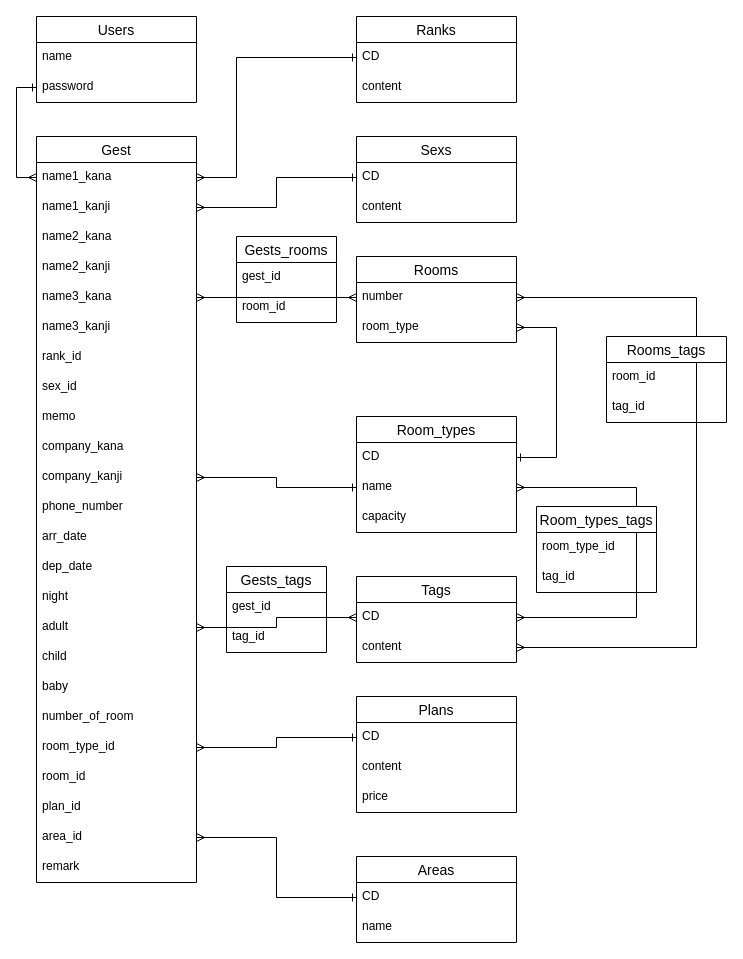
This is dio/table.dio from mamochi31/hotel-app, a draw.io file, before an edit. Source tidied: cells renumbered, new cells numbered last; positions are measured from the earlier drawing's top-left corner, leaving out a move shared by most shapes. Both pictures are drawn from the tidied source at 100%, with x=0, y=0 at pixel (16, 16).
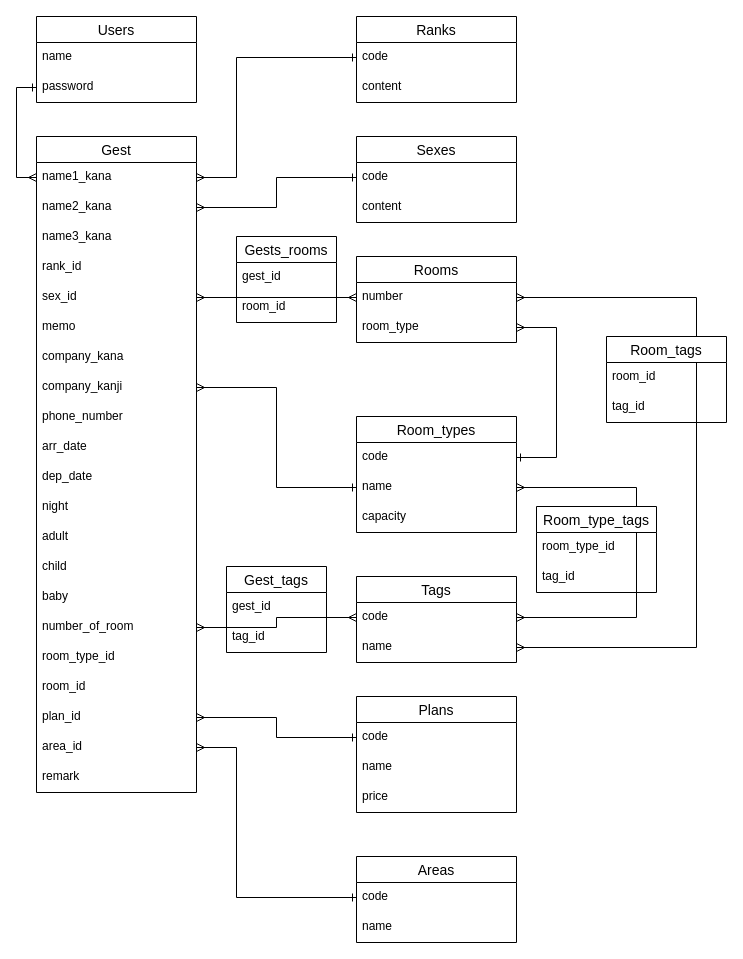
After the change.

Unchanged cells that the change refers to:
```xml
<mxCell id="30" value="Ranks" style="swimlane;fontStyle=0;horizontal=1;startSize=26;align=center;fontSize=14;" parent="1" vertex="1">
  <mxGeometry x="340" width="160" height="86" as="geometry" />
</mxCell>
<mxCell id="36" value="Room_types" style="swimlane;fontStyle=0;horizontal=1;startSize=26;align=center;fontSize=14;" parent="1" vertex="1">
  <mxGeometry x="340" y="400" width="160" height="116" as="geometry" />
</mxCell>
<mxCell id="40" value="Tags" style="swimlane;fontStyle=0;horizontal=1;startSize=26;align=center;fontSize=14;" parent="1" vertex="1">
  <mxGeometry x="340" y="560" width="160" height="86" as="geometry" />
</mxCell>
<mxCell id="44" value="number" style="text;strokeColor=none;fillColor=none;spacingLeft=4;spacingRight=4;overflow=hidden;points=[[0,0.5],[1,0.5]];portConstraint=eastwest;fontSize=12;" parent="43" vertex="1">
  <mxGeometry y="26" width="160" height="30" as="geometry" />
</mxCell>
<mxCell id="46" value="Plans" style="swimlane;fontStyle=0;horizontal=1;startSize=26;align=center;fontSize=14;" parent="1" vertex="1">
  <mxGeometry x="340" y="680" width="160" height="116" as="geometry" />
</mxCell>
<mxCell id="50" value="Areas" style="swimlane;fontStyle=0;horizontal=1;startSize=26;align=center;fontSize=14;" parent="1" vertex="1">
  <mxGeometry x="340" y="840" width="160" height="86" as="geometry" />
</mxCell>
```

Change to the diagram source:
```diff
@@
-<mxGraphModel>
+<mxGraphModel background="#FFFFFF">
@@
     <mxCell id="5" value="Gest" style="swimlane;fontStyle=0;horizontal=1;startSize=26;align=center;fontSize=14;" parent="1" vertex="1">
-      <mxGeometry x="20" y="120" width="160" height="746" as="geometry" />
+      <mxGeometry x="20" y="120" width="160" height="656" as="geometry" />
     </mxCell>
@@
-    <mxCell id="7" value="name1_kanji" style="text;strokeColor=none;fillColor=none;spacingLeft=4;spacingRight=4;overflow=hidden;points=[[0,0.5],[1,0.5]];portConstraint=eastwest;fontSize=12;" parent="5" vertex="1">
-      <mxGeometry y="56" width="160" height="30" as="geometry" />
-    </mxCell>
     <mxCell id="8" value="name2_kana" style="text;strokeColor=none;fillColor=none;spacingLeft=4;spacingRight=4;overflow=hidden;fontSize=12;" parent="5" vertex="1">
-      <mxGeometry y="86" width="160" height="30" as="geometry" />
+      <mxGeometry y="56" width="160" height="30" as="geometry" />
     </mxCell>
-    <mxCell id="9" value="name2_kanji" style="text;strokeColor=none;fillColor=none;spacingLeft=4;spacingRight=4;overflow=hidden;fontSize=12;" parent="5" vertex="1">
-      <mxGeometry y="116" width="160" height="30" as="geometry" />
-    </mxCell>
     <mxCell id="10" value="name3_kana" style="text;strokeColor=none;fillColor=none;spacingLeft=4;spacingRight=4;overflow=hidden;points=[[0,0.5],[1,0.5]];portConstraint=eastwest;fontSize=12;" parent="5" vertex="1">
-      <mxGeometry y="146" width="160" height="30" as="geometry" />
+      <mxGeometry y="86" width="160" height="30" as="geometry" />
     </mxCell>
-    <mxCell id="11" value="name3_kanji" style="text;strokeColor=none;fillColor=none;spacingLeft=4;spacingRight=4;overflow=hidden;fontSize=12;" parent="5" vertex="1">
-      <mxGeometry y="176" width="160" height="30" as="geometry" />
-    </mxCell>
     <mxCell id="12" value="rank_id" style="text;strokeColor=none;fillColor=none;spacingLeft=4;spacingRight=4;overflow=hidden;fontSize=12;" parent="5" vertex="1">
-      <mxGeometry y="206" width="160" height="30" as="geometry" />
+      <mxGeometry y="116" width="160" height="30" as="geometry" />
     </mxCell>
     <mxCell id="13" value="sex_id" style="text;strokeColor=none;fillColor=none;spacingLeft=4;spacingRight=4;overflow=hidden;points=[[0,0.5],[1,0.5]];portConstraint=eastwest;fontSize=12;" parent="5" vertex="1">
-      <mxGeometry y="236" width="160" height="30" as="geometry" />
+      <mxGeometry y="146" width="160" height="30" as="geometry" />
     </mxCell>
     <mxCell id="14" value="memo" style="text;strokeColor=none;fillColor=none;spacingLeft=4;spacingRight=4;overflow=hidden;fontSize=12;" parent="5" vertex="1">
-      <mxGeometry y="266" width="160" height="30" as="geometry" />
+      <mxGeometry y="176" width="160" height="30" as="geometry" />
     </mxCell>
     <mxCell id="15" value="company_kana" style="text;strokeColor=none;fillColor=none;spacingLeft=4;spacingRight=4;overflow=hidden;fontSize=12;" parent="5" vertex="1">
-      <mxGeometry y="296" width="160" height="30" as="geometry" />
+      <mxGeometry y="206" width="160" height="30" as="geometry" />
     </mxCell>
     <mxCell id="16" value="company_kanji" style="text;strokeColor=none;fillColor=none;spacingLeft=4;spacingRight=4;overflow=hidden;points=[[0,0.5],[1,0.5]];portConstraint=eastwest;fontSize=12;" parent="5" vertex="1">
-      <mxGeometry y="326" width="160" height="30" as="geometry" />
+      <mxGeometry y="236" width="160" height="30" as="geometry" />
     </mxCell>
     <mxCell id="17" value="phone_number" style="text;strokeColor=none;fillColor=none;spacingLeft=4;spacingRight=4;overflow=hidden;fontSize=12;" parent="5" vertex="1">
-      <mxGeometry y="356" width="160" height="30" as="geometry" />
+      <mxGeometry y="266" width="160" height="30" as="geometry" />
     </mxCell>
     <mxCell id="18" value="arr_date" style="text;strokeColor=none;fillColor=none;spacingLeft=4;spacingRight=4;overflow=hidden;fontSize=12;" parent="5" vertex="1">
-      <mxGeometry y="386" width="160" height="30" as="geometry" />
+      <mxGeometry y="296" width="160" height="30" as="geometry" />
     </mxCell>
     <mxCell id="19" value="dep_date" style="text;strokeColor=none;fillColor=none;spacingLeft=4;spacingRight=4;overflow=hidden;fontSize=12;" parent="5" vertex="1">
-      <mxGeometry y="416" width="160" height="30" as="geometry" />
+      <mxGeometry y="326" width="160" height="30" as="geometry" />
     </mxCell>
     <mxCell id="20" value="night" style="text;strokeColor=none;fillColor=none;spacingLeft=4;spacingRight=4;overflow=hidden;fontSize=12;" parent="5" vertex="1">
-      <mxGeometry y="446" width="160" height="30" as="geometry" />
+      <mxGeometry y="356" width="160" height="30" as="geometry" />
     </mxCell>
     <mxCell id="21" value="adult" style="text;strokeColor=none;fillColor=none;spacingLeft=4;spacingRight=4;overflow=hidden;points=[[0,0.5],[1,0.5]];portConstraint=eastwest;fontSize=12;" parent="5" vertex="1">
-      <mxGeometry y="476" width="160" height="30" as="geometry" />
+      <mxGeometry y="386" width="160" height="30" as="geometry" />
     </mxCell>
     <mxCell id="22" value="child" style="text;strokeColor=none;fillColor=none;spacingLeft=4;spacingRight=4;overflow=hidden;fontSize=12;" parent="5" vertex="1">
-      <mxGeometry y="506" width="160" height="30" as="geometry" />
+      <mxGeometry y="416" width="160" height="30" as="geometry" />
     </mxCell>
     <mxCell id="23" value="baby" style="text;strokeColor=none;fillColor=none;spacingLeft=4;spacingRight=4;overflow=hidden;fontSize=12;" parent="5" vertex="1">
-      <mxGeometry y="536" width="160" height="30" as="geometry" />
+      <mxGeometry y="446" width="160" height="30" as="geometry" />
     </mxCell>
     <mxCell id="24" value="number_of_room" style="text;strokeColor=none;fillColor=none;spacingLeft=4;spacingRight=4;overflow=hidden;points=[[0,0.5],[1,0.5]];portConstraint=eastwest;fontSize=12;" parent="5" vertex="1">
-      <mxGeometry y="566" width="160" height="30" as="geometry" />
+      <mxGeometry y="476" width="160" height="30" as="geometry" />
     </mxCell>
     <mxCell id="25" value="room_type_id" style="text;strokeColor=none;fillColor=none;spacingLeft=4;spacingRight=4;overflow=hidden;points=[[0,0.5],[1,0.5]];portConstraint=eastwest;fontSize=12;" parent="5" vertex="1">
-      <mxGeometry y="596" width="160" height="30" as="geometry" />
+      <mxGeometry y="506" width="160" height="30" as="geometry" />
     </mxCell>
     <mxCell id="26" value="room_id" style="text;strokeColor=none;fillColor=none;spacingLeft=4;spacingRight=4;overflow=hidden;fontSize=12;" parent="5" vertex="1">
-      <mxGeometry y="626" width="160" height="30" as="geometry" />
+      <mxGeometry y="536" width="160" height="30" as="geometry" />
     </mxCell>
     <mxCell id="27" value="plan_id" style="text;strokeColor=none;fillColor=none;spacingLeft=4;spacingRight=4;overflow=hidden;points=[[0,0.5],[1,0.5]];portConstraint=eastwest;fontSize=12;" parent="5" vertex="1">
-      <mxGeometry y="656" width="160" height="30" as="geometry" />
+      <mxGeometry y="566" width="160" height="30" as="geometry" />
     </mxCell>
     <mxCell id="28" value="area_id" style="text;strokeColor=none;fillColor=none;spacingLeft=4;spacingRight=4;overflow=hidden;points=[[0,0.5],[1,0.5]];portConstraint=eastwest;fontSize=12;" parent="5" vertex="1">
-      <mxGeometry y="686" width="160" height="30" as="geometry" />
+      <mxGeometry y="596" width="160" height="30" as="geometry" />
     </mxCell>
     <mxCell id="29" value="remark" style="text;strokeColor=none;fillColor=none;spacingLeft=4;spacingRight=4;overflow=hidden;fontSize=12;" parent="5" vertex="1">
-      <mxGeometry y="716" width="160" height="30" as="geometry" />
+      <mxGeometry y="626" width="160" height="30" as="geometry" />
     </mxCell>
@@
-    <mxCell id="31" value="CD" style="text;strokeColor=none;fillColor=none;spacingLeft=4;spacingRight=4;overflow=hidden;points=[[0,0.5],[1,0.5]];portConstraint=eastwest;fontSize=12;" parent="30" vertex="1">
+    <mxCell id="31" value="code" style="text;strokeColor=none;fillColor=none;spacingLeft=4;spacingRight=4;overflow=hidden;points=[[0,0.5],[1,0.5]];portConstraint=eastwest;fontSize=12;" parent="30" vertex="1">
       <mxGeometry y="26" width="160" height="30" as="geometry" />
     </mxCell>
@@
-    <mxCell id="33" value="Sexs" style="swimlane;fontStyle=0;horizontal=1;startSize=26;align=center;fontSize=14;" parent="1" vertex="1">
+    <mxCell id="33" value="Sexes" style="swimlane;fontStyle=0;horizontal=1;startSize=26;align=center;fontSize=14;" parent="1" vertex="1">
       <mxGeometry x="340" y="120" width="160" height="86" as="geometry" />
     </mxCell>
-    <mxCell id="34" value="CD" style="text;strokeColor=none;fillColor=none;spacingLeft=4;spacingRight=4;overflow=hidden;points=[[0,0.5],[1,0.5]];portConstraint=eastwest;fontSize=12;" parent="33" vertex="1">
+    <mxCell id="34" value="code" style="text;strokeColor=none;fillColor=none;spacingLeft=4;spacingRight=4;overflow=hidden;points=[[0,0.5],[1,0.5]];portConstraint=eastwest;fontSize=12;" parent="33" vertex="1">
       <mxGeometry y="26" width="160" height="30" as="geometry" />
     </mxCell>
@@
-    <mxCell id="37" value="CD" style="text;strokeColor=none;fillColor=none;spacingLeft=4;spacingRight=4;overflow=hidden;fontSize=12;" parent="36" vertex="1">
+    <mxCell id="37" value="code" style="text;strokeColor=none;fillColor=none;spacingLeft=4;spacingRight=4;overflow=hidden;fontSize=12;" parent="36" vertex="1">
       <mxGeometry y="26" width="160" height="30" as="geometry" />
     </mxCell>
@@
-    <mxCell id="41" value="CD" style="text;strokeColor=none;fillColor=none;spacingLeft=4;spacingRight=4;overflow=hidden;points=[[0,0.5],[1,0.5]];portConstraint=eastwest;fontSize=12;" parent="40" vertex="1">
+    <mxCell id="41" value="code" style="text;strokeColor=none;fillColor=none;spacingLeft=4;spacingRight=4;overflow=hidden;points=[[0,0.5],[1,0.5]];portConstraint=eastwest;fontSize=12;" parent="40" vertex="1">
       <mxGeometry y="26" width="160" height="30" as="geometry" />
     </mxCell>
-    <mxCell id="42" value="content" style="text;strokeColor=none;fillColor=none;spacingLeft=4;spacingRight=4;overflow=hidden;points=[[0,0.5],[1,0.5]];portConstraint=eastwest;fontSize=12;" parent="40" vertex="1">
+    <mxCell id="42" value="name" style="text;strokeColor=none;fillColor=none;spacingLeft=4;spacingRight=4;overflow=hidden;points=[[0,0.5],[1,0.5]];portConstraint=eastwest;fontSize=12;" parent="40" vertex="1">
       <mxGeometry y="56" width="160" height="30" as="geometry" />
     </mxCell>
@@
-    <mxCell id="47" value="CD" style="text;strokeColor=none;fillColor=none;spacingLeft=4;spacingRight=4;overflow=hidden;points=[[0,0.5],[1,0.5]];portConstraint=eastwest;fontSize=12;" parent="46" vertex="1">
+    <mxCell id="47" value="code" style="text;strokeColor=none;fillColor=none;spacingLeft=4;spacingRight=4;overflow=hidden;points=[[0,0.5],[1,0.5]];portConstraint=eastwest;fontSize=12;" parent="46" vertex="1">
       <mxGeometry y="26" width="160" height="30" as="geometry" />
     </mxCell>
-    <mxCell id="48" value="content" style="text;strokeColor=none;fillColor=none;spacingLeft=4;spacingRight=4;overflow=hidden;fontSize=12;" parent="46" vertex="1">
+    <mxCell id="48" value="name" style="text;strokeColor=none;fillColor=none;spacingLeft=4;spacingRight=4;overflow=hidden;fontSize=12;" parent="46" vertex="1">
       <mxGeometry y="56" width="160" height="30" as="geometry" />
     </mxCell>
@@
-    <mxCell id="51" value="CD" style="text;strokeColor=none;fillColor=none;spacingLeft=4;spacingRight=4;overflow=hidden;points=[[0,0.5],[1,0.5]];portConstraint=eastwest;fontSize=12;" parent="50" vertex="1">
+    <mxCell id="51" value="code" style="text;strokeColor=none;fillColor=none;spacingLeft=4;spacingRight=4;overflow=hidden;points=[[0,0.5],[1,0.5]];portConstraint=eastwest;fontSize=12;" parent="50" vertex="1">
       <mxGeometry y="26" width="160" height="30" as="geometry" />
     </mxCell>
@@
-    <mxCell id="55" style="edgeStyle=orthogonalEdgeStyle;rounded=0;jettySize=auto;html=1;exitX=0;exitY=0.5;exitDx=0;exitDy=0;entryX=1;entryY=0.5;entryDx=0;entryDy=0;startArrow=ERone;startFill=0;endArrow=ERmany;endFill=0;" parent="1" edge="1" source="34" target="7">
-      <mxGeometry relative="1" as="geometry" />
+    <mxCell id="55" style="edgeStyle=orthogonalEdgeStyle;rounded=0;jettySize=auto;html=1;exitX=0;exitY=0.5;exitDx=0;exitDy=0;entryX=1;entryY=0.5;entryDx=0;entryDy=0;startArrow=ERone;startFill=0;endArrow=ERmany;endFill=0;" parent="1" edge="1" source="34">
+      <mxGeometry relative="1" as="geometry">
+        <mxPoint x="180" y="191" as="targetPoint" />
+        <Array as="points">
+          <mxPoint x="260" y="161" />
+          <mxPoint x="260" y="191" />
+        </Array>
+      </mxGeometry>
     </mxCell>
-    <mxCell id="56" style="edgeStyle=orthogonalEdgeStyle;rounded=0;jettySize=auto;html=1;exitX=0;exitY=0.5;exitDx=0;exitDy=0;entryX=1;entryY=0.5;entryDx=0;entryDy=0;startArrow=ERmany;startFill=0;endArrow=ERmany;endFill=0;" parent="1" edge="1" source="44" target="10">
+    <mxCell id="56" style="edgeStyle=orthogonalEdgeStyle;rounded=0;jettySize=auto;html=1;exitX=0;exitY=0.5;exitDx=0;exitDy=0;entryX=1;entryY=0.5;entryDx=0;entryDy=0;startArrow=ERmany;startFill=0;endArrow=ERmany;endFill=0;" parent="1" edge="1" source="44" target="13">
       <mxGeometry relative="1" as="geometry" />
     </mxCell>
@@
-    <mxCell id="58" style="edgeStyle=orthogonalEdgeStyle;rounded=0;jettySize=auto;html=1;exitX=0;exitY=0.5;exitDx=0;exitDy=0;entryX=1;entryY=0.5;entryDx=0;entryDy=0;startArrow=ERmany;startFill=0;endArrow=ERmany;endFill=0;" parent="1" edge="1" source="41" target="21">
+    <mxCell id="58" style="edgeStyle=orthogonalEdgeStyle;rounded=0;jettySize=auto;html=1;exitX=0;exitY=0.5;exitDx=0;exitDy=0;entryX=1;entryY=0.5;entryDx=0;entryDy=0;startArrow=ERmany;startFill=0;endArrow=ERmany;endFill=0;" parent="1" edge="1" source="41" target="24">
       <mxGeometry relative="1" as="geometry" />
     </mxCell>
@@
-    <mxCell id="61" style="edgeStyle=orthogonalEdgeStyle;rounded=0;jettySize=auto;html=1;exitX=0;exitY=0.5;exitDx=0;exitDy=0;entryX=1;entryY=0.5;entryDx=0;entryDy=0;startArrow=ERone;startFill=0;endArrow=ERmany;endFill=0;" parent="1" edge="1" source="47" target="25">
+    <mxCell id="61" style="edgeStyle=orthogonalEdgeStyle;rounded=0;jettySize=auto;html=1;exitX=0;exitY=0.5;exitDx=0;exitDy=0;entryX=1;entryY=0.5;entryDx=0;entryDy=0;startArrow=ERone;startFill=0;endArrow=ERmany;endFill=0;" parent="1" edge="1" source="47" target="27">
       <mxGeometry relative="1" as="geometry" />
     </mxCell>
-    <mxCell id="62" style="edgeStyle=orthogonalEdgeStyle;rounded=0;jettySize=auto;html=1;exitX=0;exitY=0.5;exitDx=0;exitDy=0;entryX=1;entryY=0.5;entryDx=0;entryDy=0;startArrow=ERone;startFill=0;endArrow=ERmany;endFill=0;" parent="1" edge="1" source="51">
+    <mxCell id="62" style="edgeStyle=orthogonalEdgeStyle;rounded=0;jettySize=auto;html=1;exitX=0;exitY=0.5;exitDx=0;exitDy=0;entryX=1;entryY=0.5;entryDx=0;entryDy=0;startArrow=ERone;startFill=0;endArrow=ERmany;endFill=0;" parent="1" edge="1" source="51" target="28">
       <mxGeometry relative="1" as="geometry">
-        <mxPoint x="180" y="821" as="targetPoint" />
         <Array as="points">
-          <mxPoint x="260" y="881" />
-          <mxPoint x="260" y="821" />
+          <mxPoint x="220" y="881" />
+          <mxPoint x="220" y="731" />
         </Array>
       </mxGeometry>
     </mxCell>
-    <mxCell id="63" value="Gests_tags" style="swimlane;fontStyle=0;horizontal=1;startSize=26;align=center;fontSize=14;" parent="1" vertex="1">
+    <mxCell id="63" value="Gest_tags" style="swimlane;fontStyle=0;horizontal=1;startSize=26;align=center;fontSize=14;" parent="1" vertex="1">
       <mxGeometry x="210" y="550" width="100" height="86" as="geometry" />
     </mxCell>
@@
-    <mxCell id="66" value="Room_types_tags" style="swimlane;fontStyle=0;horizontal=1;startSize=26;align=center;fontSize=14;" parent="1" vertex="1">
+    <mxCell id="66" value="Room_type_tags" style="swimlane;fontStyle=0;horizontal=1;startSize=26;align=center;fontSize=14;" parent="1" vertex="1">
       <mxGeometry x="520" y="490" width="120" height="86" as="geometry" />
     </mxCell>
@@
-    <mxCell id="70" value="Rooms_tags" style="swimlane;fontStyle=0;horizontal=1;startSize=26;align=center;fontSize=14;" parent="1" vertex="1">
+    <mxCell id="70" value="Room_tags" style="swimlane;fontStyle=0;horizontal=1;startSize=26;align=center;fontSize=14;" parent="1" vertex="1">
       <mxGeometry x="590" y="320" width="120" height="86" as="geometry" />
     </mxCell>
```
